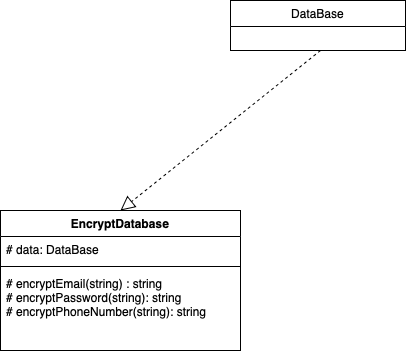
Before: docs/class_structure_diagrams/class_structure_diagram_05.png, a diagram exported from draw.io (ShakH00/OMGame). Source tidied: cells renumbered, new cells last; positions are measured from the earlier drawing's top-left corner, leaving out a move shared by most shapes.
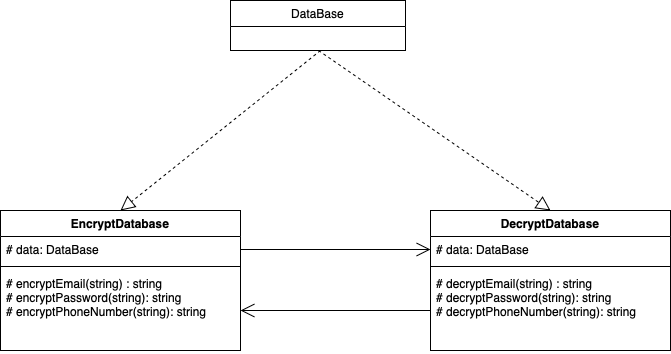
Above is the later version.

Commit message:
Completed the diagram and added the decryptDatabase class

Change to the diagram source:
```diff
@@ -22,5 +22,32 @@
         <mxPoint x="320" y="50" as="sourcePoint" />
       </mxGeometry>
     </mxCell>
+    <mxCell id="8" value="DecryptDatabase" style="swimlane;fontStyle=1;align=center;verticalAlign=top;horizontal=1;startSize=26;whiteSpace=wrap;html=1;" parent="1" vertex="1">
+      <mxGeometry x="430" y="210" width="240" height="140" as="geometry" />
+    </mxCell>
+    <mxCell id="9" value="# data: DataBase" style="text;strokeColor=none;fillColor=none;align=left;verticalAlign=top;spacingLeft=4;spacingRight=4;overflow=hidden;points=[[0,0.5],[1,0.5]];portConstraint=eastwest;whiteSpace=wrap;html=1;" parent="8" vertex="1">
+      <mxGeometry y="26" width="240" height="26" as="geometry" />
+    </mxCell>
+    <mxCell id="10" style="line;strokeWidth=1;fillColor=none;align=left;verticalAlign=middle;spacingTop=-1;spacingLeft=3;spacingRight=3;labelPosition=right;strokeColor=inherit;" parent="8" vertex="1">
+      <mxGeometry y="52" width="240" height="8" as="geometry" />
+    </mxCell>
+    <mxCell id="11" value="# decryptEmail(string) : string&lt;div&gt;# decryptPassword(string): string&lt;/div&gt;&lt;div&gt;# decryptPhoneNumber(string): string&lt;/div&gt;&lt;div&gt;&lt;br&gt;&lt;/div&gt;" style="text;strokeColor=none;fillColor=none;align=left;verticalAlign=top;spacingLeft=4;spacingRight=4;overflow=hidden;points=[[0,0.5],[1,0.5]];portConstraint=eastwest;whiteSpace=wrap;html=1;" parent="8" vertex="1">
+      <mxGeometry y="60" width="240" height="80" as="geometry" />
+    </mxCell>
+    <mxCell id="12" style="endArrow=block;dashed=1;endFill=0;endSize=12;html=1;rounded=0;exitX=0.5;exitY=1;exitDx=0;exitDy=0;entryX=0.5;entryY=0;entryDx=0;entryDy=0;" parent="1" edge="1" target="8">
+      <mxGeometry relative="1" as="geometry">
+        <mxPoint x="318" y="50" as="sourcePoint" />
+      </mxGeometry>
+    </mxCell>
+    <mxCell id="13" style="endArrow=open;endFill=1;endSize=12;html=1;rounded=0;entryX=0;entryY=0.5;entryDx=0;entryDy=0;exitX=1;exitY=0.5;exitDx=0;exitDy=0;" parent="1" edge="1" target="9">
+      <mxGeometry relative="1" as="geometry">
+        <mxPoint x="240" y="249" as="sourcePoint" />
+      </mxGeometry>
+    </mxCell>
+    <mxCell id="14" style="endArrow=open;endFill=1;endSize=12;html=1;rounded=0;exitX=0;exitY=0.5;exitDx=0;exitDy=0;entryX=1;entryY=0.5;entryDx=0;entryDy=0;" parent="1" edge="1" source="11">
+      <mxGeometry relative="1" as="geometry">
+        <mxPoint x="240" y="310" as="targetPoint" />
+      </mxGeometry>
+    </mxCell>
   </root>
 </mxGraphModel>
```
